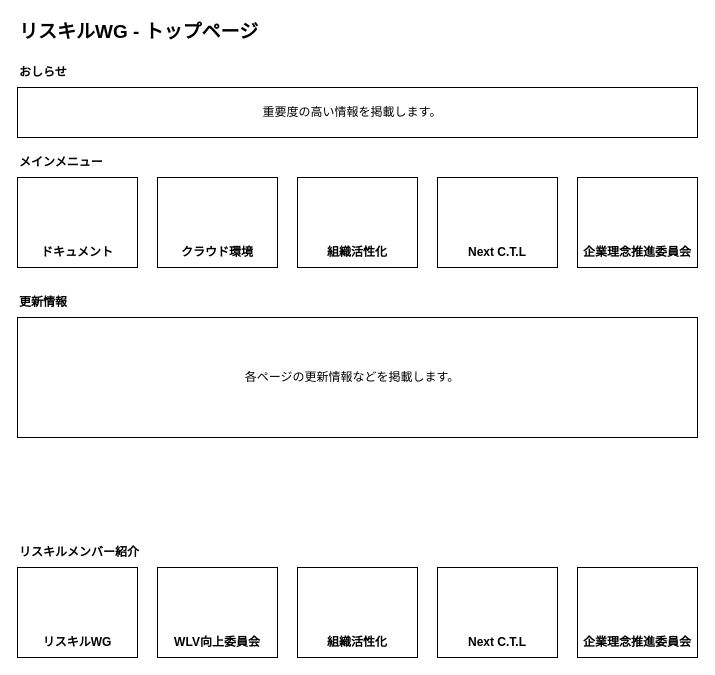
Above: page "リスキルサイト" (2 of 4) of 20250702_リスキルサイト案.drawio in reizo0901/drawio (draw.io), before the change. Source tidied: cells renumbered, new cells numbered last; positions are measured from the earlier drawing's top-left corner, leaving out a move shared by most shapes. Both pictures are drawn from the tidied source at 100%, with x=0, y=0 at pixel (17, 17).
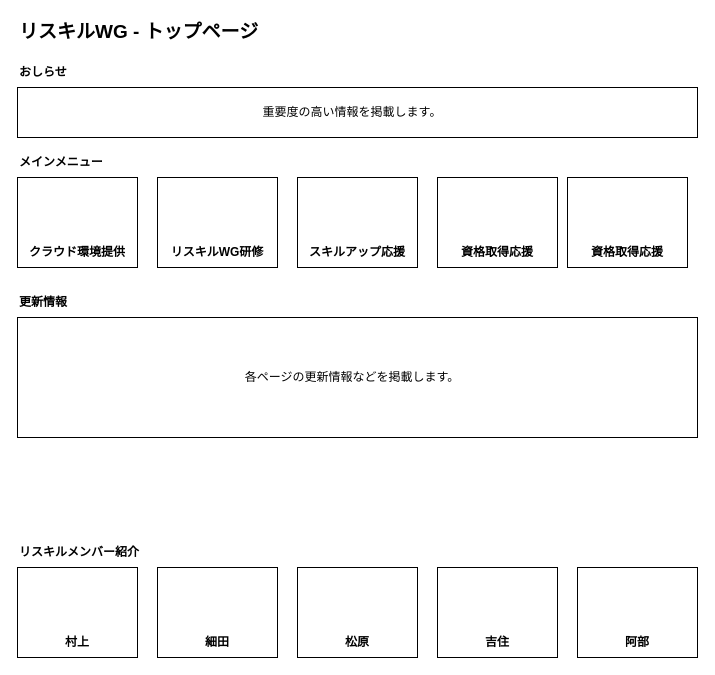
The same page after the edit.

The edit, as a diff of the source:
```diff
@@
     <mxCell id="5" style="rounded=0;whiteSpace=wrap;html=1;" parent="1" vertex="1">
-      <mxGeometry x="140" y="160" width="120" height="90" as="geometry" />
+      <mxGeometry x="280" y="160" width="120" height="90" as="geometry" />
     </mxCell>
     <mxCell id="6" style="rounded=0;whiteSpace=wrap;html=1;" parent="1" vertex="1">
-      <mxGeometry x="280" y="160" width="120" height="90" as="geometry" />
+      <mxGeometry x="420" y="160" width="120" height="90" as="geometry" />
     </mxCell>
-    <mxCell id="7" style="rounded=0;whiteSpace=wrap;html=1;" parent="1" vertex="1">
-      <mxGeometry x="420" y="160" width="120" height="90" as="geometry" />
-    </mxCell>
-    <mxCell id="8" style="rounded=0;whiteSpace=wrap;html=1;" parent="1" vertex="1">
-      <mxGeometry x="560" y="160" width="120" height="90" as="geometry" />
-    </mxCell>
@@
-    <mxCell id="10" value="ドキュメント" style="text;html=1;align=center;verticalAlign=middle;whiteSpace=wrap;rounded=0;fontSize=12;fontStyle=1;" parent="1" vertex="1">
+    <mxCell id="10" value="クラウド環境提供" style="text;html=1;align=center;verticalAlign=middle;whiteSpace=wrap;rounded=0;fontSize=12;fontStyle=1;" parent="1" vertex="1">
       <mxGeometry y="220" width="120" height="30" as="geometry" />
     </mxCell>
-    <mxCell id="11" value="クラウド環境" style="text;html=1;align=center;verticalAlign=middle;whiteSpace=wrap;rounded=0;fontSize=12;fontStyle=1;" parent="1" vertex="1">
-      <mxGeometry x="140" y="220" width="120" height="30" as="geometry" />
+    <mxCell id="11" value="スキルアップ応援" style="text;html=1;align=center;verticalAlign=middle;whiteSpace=wrap;rounded=0;fontSize=12;fontStyle=1;" parent="1" vertex="1">
+      <mxGeometry x="280" y="220" width="120" height="30" as="geometry" />
     </mxCell>
-    <mxCell id="12" value="組織活性化" style="text;html=1;align=center;verticalAlign=middle;whiteSpace=wrap;rounded=0;fontSize=12;fontStyle=1;" parent="1" vertex="1">
-      <mxGeometry x="280" y="220" width="120" height="30" as="geometry" />
+    <mxCell id="12" value="資格取得応援" style="text;html=1;align=center;verticalAlign=middle;whiteSpace=wrap;rounded=0;fontSize=12;fontStyle=1;" parent="1" vertex="1">
+      <mxGeometry x="420" y="220" width="120" height="30" as="geometry" />
     </mxCell>
-    <mxCell id="13" value="Next C.T.L" style="text;html=1;align=center;verticalAlign=middle;whiteSpace=wrap;rounded=0;fontSize=12;fontStyle=1;" parent="1" vertex="1">
-      <mxGeometry x="420" y="220" width="120" height="30" as="geometry" />
-    </mxCell>
-    <mxCell id="14" value="企業理念推進委員会" style="text;html=1;align=center;verticalAlign=middle;whiteSpace=wrap;rounded=0;fontSize=12;fontStyle=1;" parent="1" vertex="1">
-      <mxGeometry x="560" y="220" width="120" height="30" as="geometry" />
-    </mxCell>
@@
-    <mxCell id="24" value="リスキルWG" style="text;html=1;align=center;verticalAlign=middle;whiteSpace=wrap;rounded=0;fontSize=12;fontStyle=1;" parent="1" vertex="1">
+    <mxCell id="24" value="村上" style="text;html=1;align=center;verticalAlign=middle;whiteSpace=wrap;rounded=0;fontSize=12;fontStyle=1;" parent="1" vertex="1">
       <mxGeometry y="610" width="120" height="30" as="geometry" />
     </mxCell>
-    <mxCell id="25" value="WLV向上委員会" style="text;html=1;align=center;verticalAlign=middle;whiteSpace=wrap;rounded=0;fontSize=12;fontStyle=1;" parent="1" vertex="1">
+    <mxCell id="25" value="細田" style="text;html=1;align=center;verticalAlign=middle;whiteSpace=wrap;rounded=0;fontSize=12;fontStyle=1;" parent="1" vertex="1">
       <mxGeometry x="140" y="610" width="120" height="30" as="geometry" />
     </mxCell>
-    <mxCell id="26" value="組織活性化" style="text;html=1;align=center;verticalAlign=middle;whiteSpace=wrap;rounded=0;fontSize=12;fontStyle=1;" parent="1" vertex="1">
+    <mxCell id="26" value="松原" style="text;html=1;align=center;verticalAlign=middle;whiteSpace=wrap;rounded=0;fontSize=12;fontStyle=1;" parent="1" vertex="1">
       <mxGeometry x="280" y="610" width="120" height="30" as="geometry" />
     </mxCell>
-    <mxCell id="27" value="Next C.T.L" style="text;html=1;align=center;verticalAlign=middle;whiteSpace=wrap;rounded=0;fontSize=12;fontStyle=1;" parent="1" vertex="1">
+    <mxCell id="27" value="吉住" style="text;html=1;align=center;verticalAlign=middle;whiteSpace=wrap;rounded=0;fontSize=12;fontStyle=1;" parent="1" vertex="1">
       <mxGeometry x="420" y="610" width="120" height="30" as="geometry" />
     </mxCell>
-    <mxCell id="28" value="企業理念推進委員会" style="text;html=1;align=center;verticalAlign=middle;whiteSpace=wrap;rounded=0;fontSize=12;fontStyle=1;" parent="1" vertex="1">
+    <mxCell id="28" value="阿部" style="text;html=1;align=center;verticalAlign=middle;whiteSpace=wrap;rounded=0;fontSize=12;fontStyle=1;" parent="1" vertex="1">
       <mxGeometry x="560" y="610" width="120" height="30" as="geometry" />
     </mxCell>
@@
+    <mxCell id="31" style="rounded=0;whiteSpace=wrap;html=1;" parent="1" vertex="1">
+      <mxGeometry x="550" y="160" width="120" height="90" as="geometry" />
+    </mxCell>
+    <mxCell id="32" value="資格取得応援" style="text;html=1;align=center;verticalAlign=middle;whiteSpace=wrap;rounded=0;fontSize=12;fontStyle=1;" parent="1" vertex="1">
+      <mxGeometry x="550" y="220" width="120" height="30" as="geometry" />
+    </mxCell>
+    <mxCell id="33" style="rounded=0;whiteSpace=wrap;html=1;" parent="1" vertex="1">
+      <mxGeometry x="140" y="160" width="120" height="90" as="geometry" />
+    </mxCell>
+    <mxCell id="34" value="リスキルWG研修" style="text;html=1;align=center;verticalAlign=middle;whiteSpace=wrap;rounded=0;fontSize=12;fontStyle=1;" parent="1" vertex="1">
+      <mxGeometry x="140" y="220" width="120" height="30" as="geometry" />
+    </mxCell>
```
